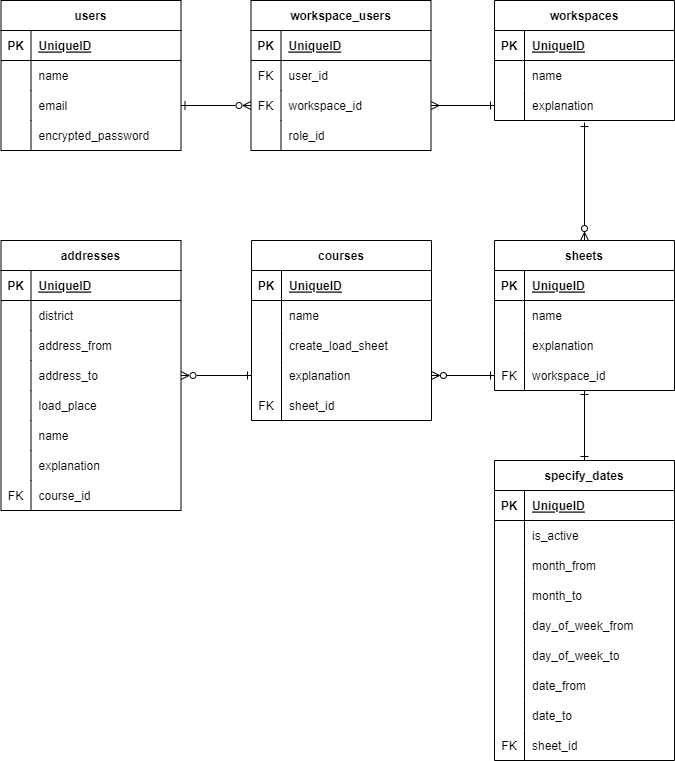
Ren-40424/sort-assist keeps this draw.io diagram as sort-assist.drawio.png. Above is the earlier version. Source tidied: cells renumbered, new cells last; positions are measured from the earlier drawing's top-left corner, leaving out a move shared by most shapes.
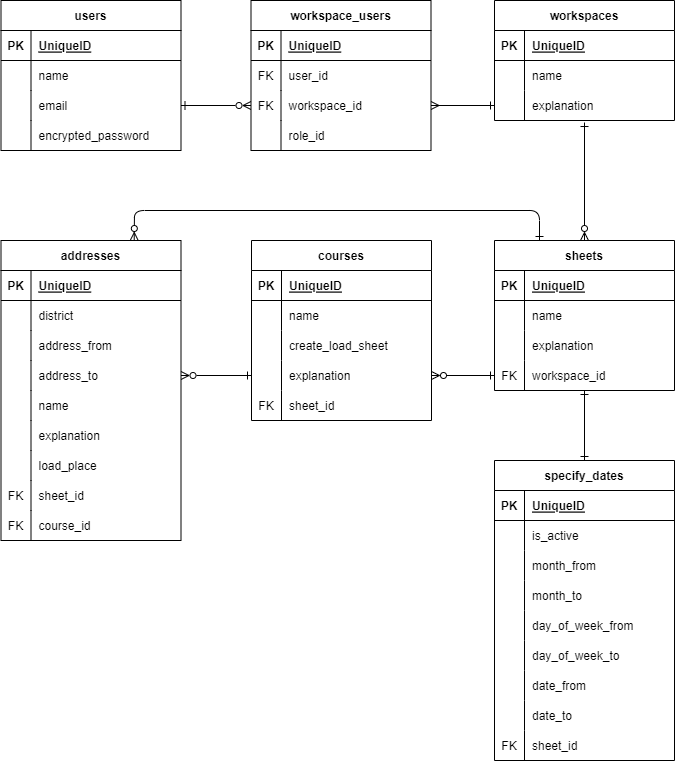
After the commit.

Diff of the diagram source:
```diff
@@ -71,6 +71,14 @@
     <mxCell id="24" value="explanation" style="shape=partialRectangle;fillColor=none;top=0;left=0;bottom=0;right=0;align=left;spacingLeft=6;overflow=hidden;" parent="22" vertex="1">
       <mxGeometry x="30" width="150" height="30" as="geometry" />
     </mxCell>
+    <mxCell id="126" style="edgeStyle=none;html=1;exitX=0.25;exitY=0;exitDx=0;exitDy=0;entryX=0.74;entryY=0;entryDx=0;entryDy=0;endArrow=ERzeroToMany;endFill=0;startArrow=ERone;startFill=0;entryPerimeter=0;" parent="1" edge="1" source="25" target="70">
+      <mxGeometry relative="1" as="geometry">
+        <Array as="points">
+          <mxPoint x="539" y="210" />
+          <mxPoint x="134" y="210" />
+        </Array>
+      </mxGeometry>
+    </mxCell>
     <mxCell id="25" value="sheets" style="shape=table;startSize=30;rowLines=0;fontStyle=1;align=center;" parent="1" vertex="1">
       <mxGeometry x="494" y="240" width="180" height="150" as="geometry" />
     </mxCell>
@@ -207,7 +215,7 @@
       <mxGeometry x="30" width="150" height="30" as="geometry" />
     </mxCell>
     <mxCell id="70" value="addresses" style="shape=table;startSize=30;rowLines=0;fontStyle=1;align=center;" parent="1" vertex="1">
-      <mxGeometry x="0.5" y="240" width="180" height="270" as="geometry" />
+      <mxGeometry x="0.5" y="240" width="180" height="300" as="geometry" />
     </mxCell>
     <mxCell id="71" style="shape=tableRow;horizontal=0;startSize=0;swimlaneHead=0;swimlaneBody=0;fillColor=none;top=0;left=0;right=0;bottom=1;" parent="70" vertex="1">
       <mxGeometry y="30" width="180" height="30" as="geometry" />
@@ -248,23 +256,14 @@
     <mxCell id="83" style="shape=tableRow;horizontal=0;startSize=0;swimlaneHead=0;swimlaneBody=0;fillColor=none;top=0;left=0;right=0;bottom=0;" parent="70" vertex="1">
       <mxGeometry y="150" width="180" height="30" as="geometry" />
     </mxCell>
-    <mxCell id="84" style="shape=partialRectangle;fillColor=none;top=0;left=0;bottom=0;right=0;overflow=hidden;" parent="83" vertex="1">
-      <mxGeometry width="30" height="30" as="geometry" />
-    </mxCell>
-    <mxCell id="85" value="load_place" style="shape=partialRectangle;fillColor=none;top=0;left=0;bottom=0;right=0;align=left;spacingLeft=6;overflow=hidden;" parent="83" vertex="1">
-      <mxGeometry x="30" width="150" height="30" as="geometry" />
-    </mxCell>
-    <mxCell id="86" style="shape=tableRow;horizontal=0;startSize=0;swimlaneHead=0;swimlaneBody=0;fillColor=none;top=0;left=0;right=0;bottom=0;" parent="70" vertex="1">
-      <mxGeometry y="180" width="180" height="30" as="geometry" />
-    </mxCell>
-    <mxCell id="87" style="shape=partialRectangle;fillColor=none;top=0;left=0;bottom=0;right=0;overflow=hidden;" parent="86" vertex="1">
-      <mxGeometry width="30" height="30" as="geometry" />
-    </mxCell>
+    <mxCell id="127" style="shape=partialRectangle;fillColor=none;top=0;left=0;bottom=0;right=0;overflow=hidden;" parent="83" vertex="1">
+      <mxGeometry width="30" height="30" as="geometry" />
+    </mxCell>
-    <mxCell id="88" value="name" style="shape=partialRectangle;fillColor=none;top=0;left=0;bottom=0;right=0;align=left;spacingLeft=6;overflow=hidden;" parent="86" vertex="1">
+    <mxCell id="88" value="name" style="shape=partialRectangle;fillColor=none;top=0;left=0;bottom=0;right=0;align=left;spacingLeft=6;overflow=hidden;" parent="83" vertex="1">
       <mxGeometry x="30" width="150" height="30" as="geometry" />
     </mxCell>
     <mxCell id="89" style="shape=tableRow;horizontal=0;startSize=0;swimlaneHead=0;swimlaneBody=0;fillColor=none;top=0;left=0;right=0;bottom=0;" parent="70" vertex="1">
-      <mxGeometry y="210" width="180" height="30" as="geometry" />
+      <mxGeometry y="180" width="180" height="30" as="geometry" />
     </mxCell>
     <mxCell id="90" style="shape=partialRectangle;fillColor=none;top=0;left=0;bottom=0;right=0;overflow=hidden;" parent="89" vertex="1">
       <mxGeometry width="30" height="30" as="geometry" />
@@ -272,8 +271,26 @@
     <mxCell id="91" value="explanation" style="shape=partialRectangle;fillColor=none;top=0;left=0;bottom=0;right=0;align=left;spacingLeft=6;overflow=hidden;" parent="89" vertex="1">
       <mxGeometry x="30" width="150" height="30" as="geometry" />
     </mxCell>
+    <mxCell id="128" style="shape=tableRow;horizontal=0;startSize=0;swimlaneHead=0;swimlaneBody=0;fillColor=none;top=0;left=0;right=0;bottom=0;" parent="70" vertex="1">
+      <mxGeometry y="210" width="180" height="30" as="geometry" />
+    </mxCell>
+    <mxCell id="129" style="shape=partialRectangle;fillColor=none;top=0;left=0;bottom=0;right=0;overflow=hidden;" parent="128" vertex="1">
+      <mxGeometry width="30" height="30" as="geometry" />
+    </mxCell>
+    <mxCell id="85" value="load_place" style="shape=partialRectangle;fillColor=none;top=0;left=0;bottom=0;right=0;align=left;spacingLeft=6;overflow=hidden;" parent="128" vertex="1">
+      <mxGeometry x="30" width="150" height="30" as="geometry" />
+    </mxCell>
+    <mxCell id="130" style="shape=tableRow;horizontal=0;startSize=0;swimlaneHead=0;swimlaneBody=0;fillColor=none;top=0;left=0;right=0;bottom=0;" parent="70" vertex="1">
+      <mxGeometry y="240" width="180" height="30" as="geometry" />
+    </mxCell>
+    <mxCell id="131" value="FK" style="shape=partialRectangle;fillColor=none;top=0;left=0;bottom=0;right=0;overflow=hidden;" parent="130" vertex="1">
+      <mxGeometry width="30" height="30" as="geometry" />
+    </mxCell>
+    <mxCell id="132" value="sheet_id" style="shape=partialRectangle;fillColor=none;top=0;left=0;bottom=0;right=0;align=left;spacingLeft=6;overflow=hidden;" parent="130" vertex="1">
+      <mxGeometry x="30" width="150" height="30" as="geometry" />
+    </mxCell>
     <mxCell id="92" style="shape=tableRow;horizontal=0;startSize=0;swimlaneHead=0;swimlaneBody=0;fillColor=none;top=0;left=0;right=0;bottom=0;" parent="70" vertex="1">
-      <mxGeometry y="240" width="180" height="30" as="geometry" />
+      <mxGeometry y="270" width="180" height="30" as="geometry" />
     </mxCell>
     <mxCell id="93" value="FK" style="shape=partialRectangle;fillColor=none;top=0;left=0;bottom=0;right=0;overflow=hidden;" parent="92" vertex="1">
       <mxGeometry width="30" height="30" as="geometry" />
```
